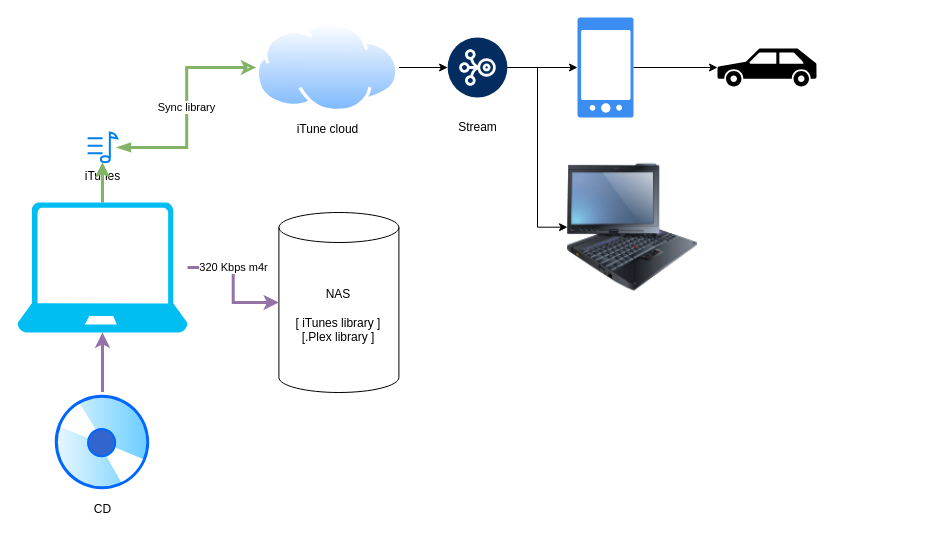
The draw.io diagram reddit.drawio in Cadmus-design/Diagrams, before the edit. Source tidied: cells renumbered, new cells numbered last; positions are measured from the earlier drawing's top-left corner, leaving out a move shared by most shapes. Both pictures are drawn from the tidied source at 100%, with x=0, y=0 at pixel (17, 17).
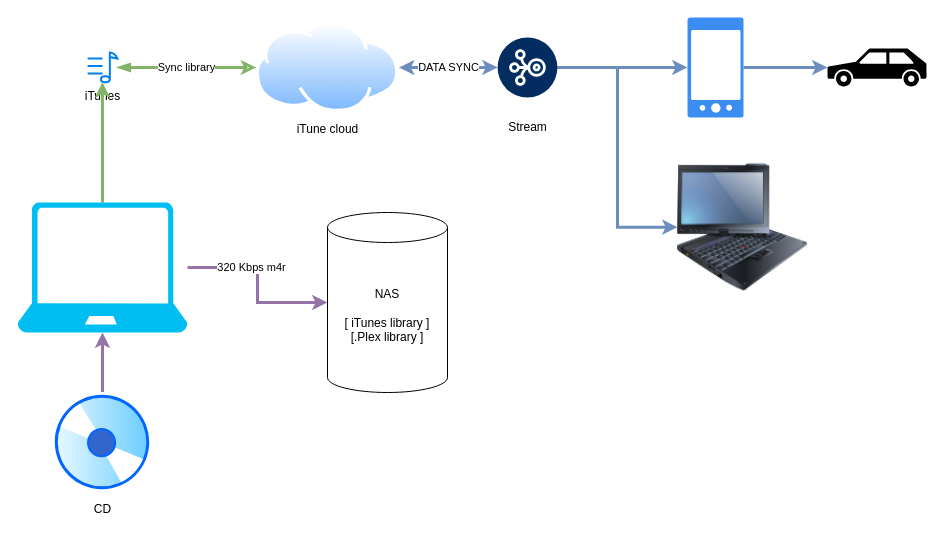
The same diagram, later.

Diff of the diagram source:
```diff
@@
 <mxGraphModel>
   <root>
     <mxCell id="0" />
     <mxCell id="1" parent="0" />
     <mxCell id="2" value="&lt;div&gt;NAS&lt;/div&gt;&lt;div&gt;&lt;br&gt;&lt;/div&gt;&lt;div&gt;[ iTunes library ]&lt;/div&gt;&lt;div&gt;[.Plex library ]&lt;br&gt;&lt;/div&gt;" style="shape=cylinder3;whiteSpace=wrap;html=1;boundedLbl=1;backgroundOutline=1;size=15;" parent="1" vertex="1">
-      <mxGeometry x="261.4" y="195" width="120" height="180" as="geometry" />
+      <mxGeometry x="310" y="195" width="120" height="180" as="geometry" />
     </mxCell>
-    <mxCell id="3" style="edgeStyle=orthogonalEdgeStyle;rounded=0;jettySize=auto;html=1;" parent="1" edge="1" source="4" target="18">
+    <mxCell id="3" style="edgeStyle=orthogonalEdgeStyle;rounded=0;jettySize=auto;html=1;fillColor=#dae8fc;strokeColor=#6c8ebf;strokeWidth=3;" parent="1" edge="1" source="4" target="18">
       <mxGeometry relative="1" as="geometry" />
     </mxCell>
     <mxCell id="4" style="sketch=0;html=1;strokeColor=none;shadow=0;fillColor=#3B8DF1;verticalAlign=top;labelPosition=center;verticalLabelPosition=bottom;shape=mxgraph.gcp2.phone_android;" parent="1" vertex="1">
-      <mxGeometry x="560" width="56" height="100" as="geometry" />
+      <mxGeometry x="670" width="56" height="100" as="geometry" />
     </mxCell>
     <mxCell id="5" value="Sync library" style="edgeStyle=orthogonalEdgeStyle;rounded=0;jettySize=auto;html=1;entryX=0;entryY=0.5;entryDx=0;entryDy=0;strokeWidth=3;fillColor=#d5e8d4;strokeColor=#82b366;endArrow=classic;endFill=0;startArrow=blockThin;startFill=1;" parent="1" edge="1" source="6" target="13">
       <mxGeometry relative="1" as="geometry" />
     </mxCell>
     <mxCell id="6" value="iTunes" style="html=1;verticalLabelPosition=bottom;align=center;labelBackgroundColor=#ffffff;verticalAlign=top;strokeWidth=2;strokeColor=#0080F0;shadow=0;dashed=0;shape=mxgraph.ios7.icons.note;" parent="1" vertex="1">
-      <mxGeometry x="70.1" y="115" width="29.7" height="29.7" as="geometry" />
+      <mxGeometry x="70.1" y="35.1" width="29.7" height="29.7" as="geometry" />
     </mxCell>
     <mxCell id="7" value="320 Kbps m4r" style="edgeStyle=orthogonalEdgeStyle;rounded=0;jettySize=auto;html=1;strokeWidth=3;fillColor=#e1d5e7;strokeColor=#9673a6;" parent="1" edge="1" source="9" target="2">
       <mxGeometry x="-0.27" relative="1" as="geometry" />
     </mxCell>
     <mxCell id="8" style="edgeStyle=orthogonalEdgeStyle;rounded=0;jettySize=auto;html=1;strokeWidth=3;fillColor=#d5e8d4;strokeColor=#82b366;" parent="1" edge="1" source="9" target="6">
       <mxGeometry relative="1" as="geometry" />
     </mxCell>
     <mxCell id="9" style="verticalLabelPosition=bottom;html=1;verticalAlign=top;align=center;strokeColor=none;fillColor=#00BEF2;shape=mxgraph.azure.laptop;" parent="1" vertex="1">
       <mxGeometry y="185" width="170" height="130" as="geometry" />
     </mxCell>
     <mxCell id="10" style="edgeStyle=orthogonalEdgeStyle;rounded=0;jettySize=auto;html=1;strokeWidth=3;fillColor=#e1d5e7;strokeColor=#9673a6;" parent="1" edge="1" source="11" target="9">
       <mxGeometry relative="1" as="geometry" />
     </mxCell>
     <mxCell id="11" value="CD" style="image;perimeter=ellipsePerimeter;html=1;align=center;shadow=0;dashed=0;spacingTop=3;image=img/lib/active_directory/cd_dvd.svg;" parent="1" vertex="1">
       <mxGeometry x="35" y="375" width="100" height="100" as="geometry" />
     </mxCell>
-    <mxCell id="12" style="edgeStyle=orthogonalEdgeStyle;rounded=0;jettySize=auto;html=1;" parent="1" edge="1" source="13" target="16">
+    <mxCell id="12" value="DATA SYNC" style="edgeStyle=orthogonalEdgeStyle;rounded=0;jettySize=auto;html=1;fillColor=#dae8fc;strokeColor=#6c8ebf;strokeWidth=3;startArrow=classic;startFill=1;" parent="1" edge="1" source="13" target="16">
       <mxGeometry relative="1" as="geometry" />
     </mxCell>
     <mxCell id="13" value="iTune cloud" style="image;perimeter=ellipsePerimeter;html=1;align=center;shadow=0;dashed=0;spacingTop=3;image=img/lib/active_directory/internet_cloud.svg;" parent="1" vertex="1">
       <mxGeometry x="238.6" y="5" width="142.9" height="90" as="geometry" />
     </mxCell>
-    <mxCell id="14" style="edgeStyle=orthogonalEdgeStyle;rounded=0;jettySize=auto;html=1;" parent="1" edge="1" source="16" target="4">
+    <mxCell id="14" style="edgeStyle=orthogonalEdgeStyle;rounded=0;jettySize=auto;html=1;fillColor=#dae8fc;strokeColor=#6c8ebf;strokeWidth=3;" parent="1" edge="1" source="16" target="4">
       <mxGeometry relative="1" as="geometry" />
     </mxCell>
-    <mxCell id="15" style="edgeStyle=orthogonalEdgeStyle;rounded=0;jettySize=auto;html=1;entryX=0;entryY=0.5;entryDx=0;entryDy=0;" parent="1" edge="1" source="16" target="17">
+    <mxCell id="15" style="edgeStyle=orthogonalEdgeStyle;rounded=0;jettySize=auto;html=1;entryX=0;entryY=0.5;entryDx=0;entryDy=0;fillColor=#dae8fc;strokeColor=#6c8ebf;strokeWidth=3;" parent="1" edge="1" source="16" target="17">
       <mxGeometry relative="1" as="geometry" />
     </mxCell>
     <mxCell id="16" value="Stream" style="verticalLabelPosition=bottom;html=1;shape=mxgraph.salesforce.stream2;strokeWidth=3;" parent="1" vertex="1">
-      <mxGeometry x="430" y="20" width="60" height="60" as="geometry" />
+      <mxGeometry x="480" y="20" width="60" height="60" as="geometry" />
     </mxCell>
     <mxCell id="17" style="image;html=1;image=img/lib/clip_art/computers/IBM_Tablet_128x128.png;" parent="1" vertex="1">
-      <mxGeometry x="550" y="144.7" width="130" height="130" as="geometry" />
+      <mxGeometry x="660" y="144.7" width="130" height="130" as="geometry" />
     </mxCell>
     <mxCell id="18" style="shape=mxgraph.signs.transportation.car_3;html=1;fillColor=#000000;strokeColor=none;verticalLabelPosition=bottom;verticalAlign=top;align=center;" parent="1" vertex="1">
-      <mxGeometry x="700" y="31" width="99" height="38" as="geometry" />
+      <mxGeometry x="810" y="31" width="99" height="38" as="geometry" />
     </mxCell>
   </root>
 </mxGraphModel>
```
